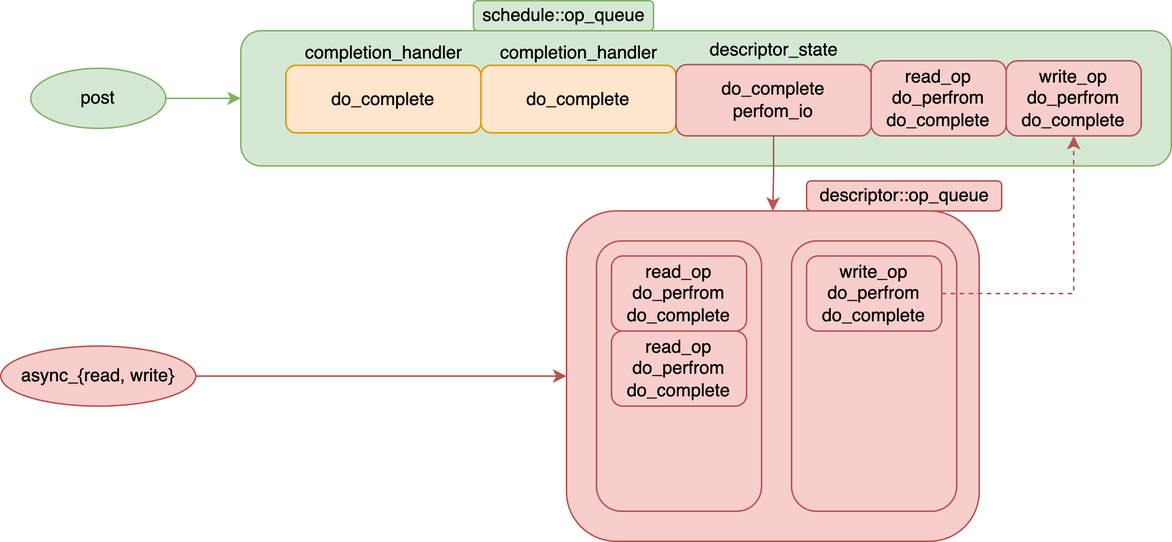
Earlier version of the draw.io export OpenSource/Image/boost-asio-operations.png (jemmy512/software-engineer). Source tidied: cells renumbered, new cells last; positions are measured from the earlier drawing's top-left corner, leaving out a move shared by most shapes.
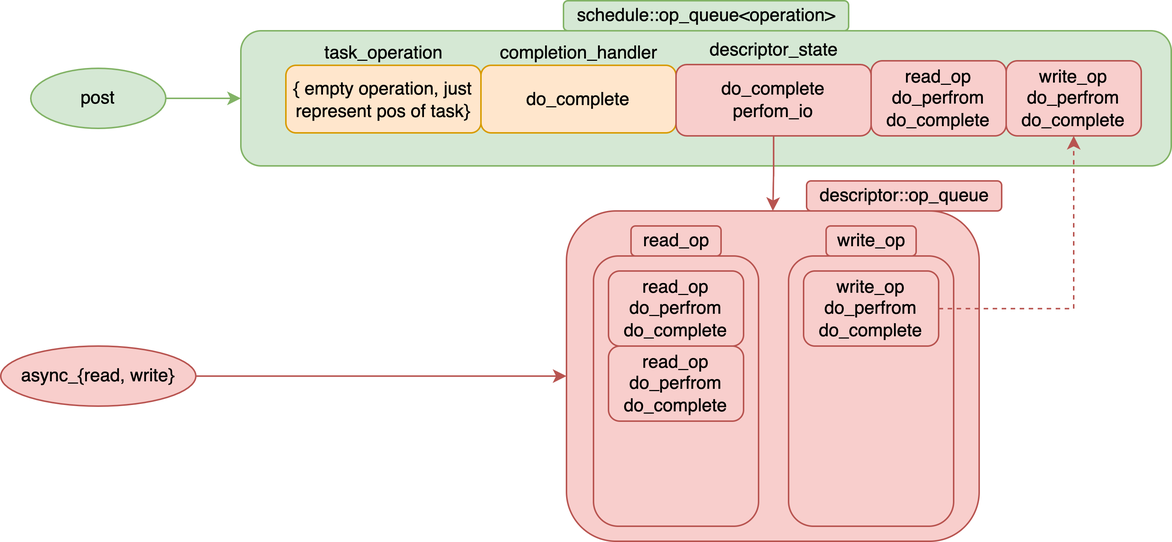
Later version of the same file.

Change to the diagram source:
```diff
@@ -3,7 +3,7 @@
     <mxCell id="0" />
     <mxCell id="1" parent="0" />
     <mxCell id="2" style="rounded=1;whiteSpace=wrap;html=1;" parent="1" vertex="1">
-      <mxGeometry x="397" y="155" width="120" height="60" as="geometry" />
+      <mxGeometry x="395" y="165" width="120" height="60" as="geometry" />
     </mxCell>
     <mxCell id="3" value="op_queue" style="rounded=1;whiteSpace=wrap;html=1;fillColor=#d5e8d4;strokeColor=#82b366;" parent="1" vertex="1">
       <mxGeometry x="160" y="20" width="620" height="90" as="geometry" />
@@ -20,8 +20,8 @@
     <mxCell id="7" value="do_complete&lt;br&gt;perfom_io" style="rounded=1;whiteSpace=wrap;html=1;fillColor=#f8cecc;strokeColor=#b85450;" parent="1" vertex="1">
       <mxGeometry x="450" y="42.5" width="130" height="47.5" as="geometry" />
     </mxCell>
-    <mxCell id="8" value="schedule::op_queue" style="text;html=1;align=center;verticalAlign=middle;strokeColor=#82b366;fillColor=#d5e8d4;rounded=1;" parent="1" vertex="1">
-      <mxGeometry x="315" width="120" height="20" as="geometry" />
+    <mxCell id="8" value="schedule::op_queue&amp;lt;operation&amp;gt;" style="text;html=1;align=center;verticalAlign=middle;strokeColor=#82b366;fillColor=#d5e8d4;rounded=1;" parent="1" vertex="1">
+      <mxGeometry x="375" width="190" height="20" as="geometry" />
     </mxCell>
     <mxCell id="9" value="descriptor::op_queue" style="text;html=1;align=center;verticalAlign=middle;strokeColor=#b85450;fillColor=#f8cecc;rounded=1;" parent="1" vertex="1">
       <mxGeometry x="537" y="120" width="130" height="20" as="geometry" />
@@ -50,29 +50,35 @@
     <mxCell id="17" value="write_op&lt;br&gt;do_perfrom&lt;br&gt;do_complete" style="rounded=1;whiteSpace=wrap;html=1;fillColor=#f8cecc;strokeColor=#b85450;" parent="1" vertex="1">
       <mxGeometry x="670" y="40" width="90" height="50" as="geometry" />
     </mxCell>
-    <mxCell id="18" value="do_complete" style="rounded=1;whiteSpace=wrap;html=1;fillColor=#ffe6cc;strokeColor=#d79b00;" parent="1" vertex="1">
+    <mxCell id="18" value="{ empty operation, just represent pos of task}" style="rounded=1;whiteSpace=wrap;html=1;fillColor=#ffe6cc;strokeColor=#d79b00;" parent="1" vertex="1">
       <mxGeometry x="190" y="43" width="130" height="45" as="geometry" />
     </mxCell>
-    <mxCell id="19" value="&lt;span&gt;completion_handler&lt;/span&gt;" style="text;html=1;align=center;verticalAlign=middle;strokeColor=none;fillColor=none;" parent="1" vertex="1">
-      <mxGeometry x="195" y="25" width="120" height="20" as="geometry" />
+    <mxCell id="19" value="task_operation" style="text;html=1;align=center;verticalAlign=middle;strokeColor=none;fillColor=none;" parent="1" vertex="1">
+      <mxGeometry x="210" y="25" width="90" height="20" as="geometry" />
     </mxCell>
     <mxCell id="20" style="rounded=1;whiteSpace=wrap;html=1;fillColor=#f8cecc;strokeColor=#b85450;" parent="1" vertex="1">
-      <mxGeometry x="397" y="160" width="110" height="180" as="geometry" />
+      <mxGeometry x="395" y="170" width="110" height="180" as="geometry" />
     </mxCell>
     <mxCell id="21" value="read_op&lt;br&gt;do_perfrom&lt;br&gt;do_complete" style="rounded=1;whiteSpace=wrap;html=1;fillColor=#f8cecc;strokeColor=#b85450;" parent="1" vertex="1">
-      <mxGeometry x="407" y="170" width="90" height="50" as="geometry" />
+      <mxGeometry x="405" y="180" width="90" height="50" as="geometry" />
     </mxCell>
     <mxCell id="22" style="rounded=1;whiteSpace=wrap;html=1;fillColor=#f8cecc;strokeColor=#b85450;" parent="1" vertex="1">
-      <mxGeometry x="527" y="160" width="110" height="180" as="geometry" />
+      <mxGeometry x="525" y="170" width="110" height="180" as="geometry" />
     </mxCell>
-    <mxCell id="23" style="edgeStyle=orthogonalEdgeStyle;rounded=0;jettySize=auto;html=1;entryX=0.5;entryY=1;entryDx=0;entryDy=0;dashed=1;fillColor=#f8cecc;strokeColor=#b85450;" parent="1" edge="1" source="24" target="17">
-      <mxGeometry relative="1" as="geometry" />
-    </mxCell>
     <mxCell id="24" value="write_op&lt;br&gt;do_perfrom&lt;br&gt;do_complete" style="rounded=1;whiteSpace=wrap;html=1;fillColor=#f8cecc;strokeColor=#b85450;" parent="1" vertex="1">
-      <mxGeometry x="537" y="170" width="90" height="50" as="geometry" />
+      <mxGeometry x="535" y="180" width="90" height="50" as="geometry" />
     </mxCell>
     <mxCell id="25" value="read_op&lt;br&gt;do_perfrom&lt;br&gt;do_complete" style="rounded=1;whiteSpace=wrap;html=1;fillColor=#f8cecc;strokeColor=#b85450;" parent="1" vertex="1">
-      <mxGeometry x="407" y="220" width="90" height="50" as="geometry" />
+      <mxGeometry x="405" y="230" width="90" height="50" as="geometry" />
     </mxCell>
+    <mxCell id="26" value="&lt;span&gt;read_op&lt;/span&gt;" style="text;html=1;align=center;verticalAlign=middle;strokeColor=#b85450;fillColor=#f8cecc;rounded=1;" parent="1" vertex="1">
+      <mxGeometry x="420" y="150" width="60" height="20" as="geometry" />
+    </mxCell>
+    <mxCell id="27" value="&lt;span&gt;write_op&lt;/span&gt;" style="text;html=1;align=center;verticalAlign=middle;strokeColor=#b85450;fillColor=#f8cecc;rounded=1;" parent="1" vertex="1">
+      <mxGeometry x="550" y="150" width="60" height="20" as="geometry" />
+    </mxCell>
+    <mxCell id="23" style="edgeStyle=orthogonalEdgeStyle;rounded=0;jettySize=auto;html=1;entryX=0.5;entryY=1;entryDx=0;entryDy=0;dashed=1;fillColor=#f8cecc;strokeColor=#b85450;" parent="1" edge="1" source="24" target="17">
+      <mxGeometry relative="1" as="geometry" />
+    </mxCell>
   </root>
 </mxGraphModel>
```
